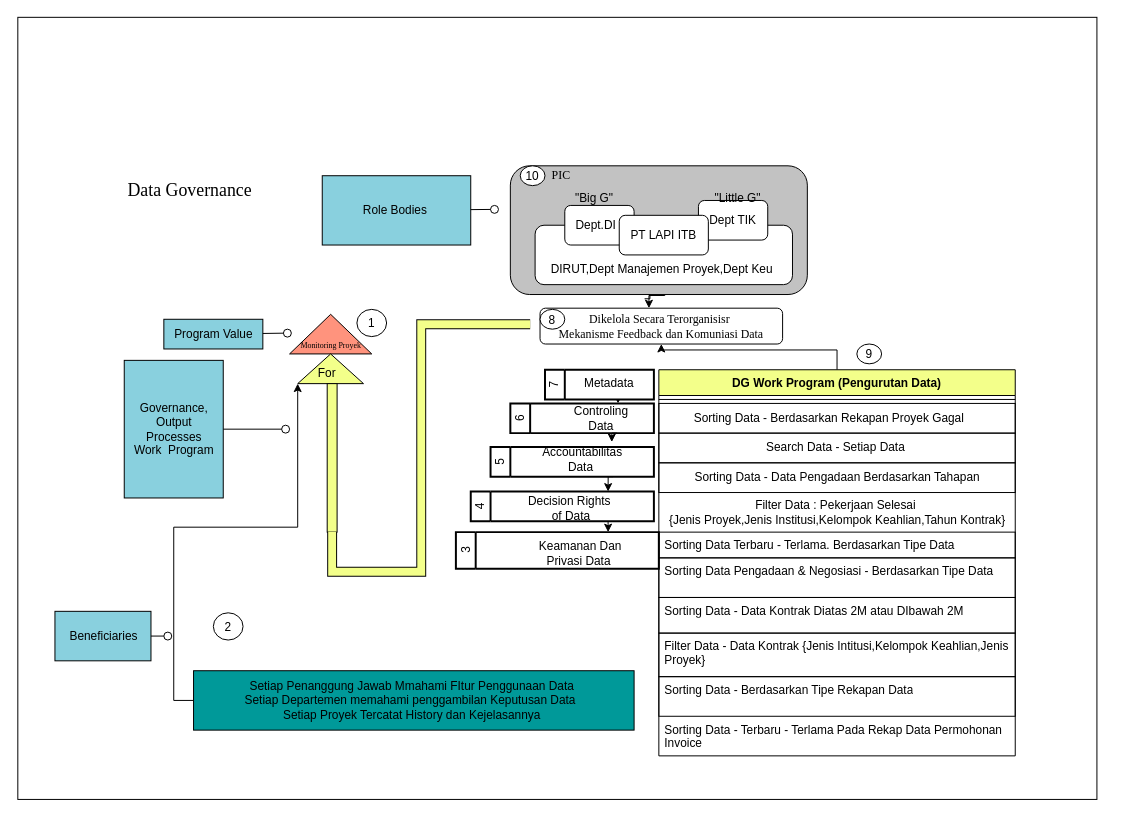
Before: Untitled Diagram.drawio in Tian7877/Hanoi_Tower, a draw.io diagram. Source tidied: cells renumbered, new cells numbered last; positions are measured from the earlier drawing's top-left corner, leaving out a move shared by most shapes. Both pictures are drawn from the tidied source at 99%, with x=0, y=0 at pixel (17, 17).
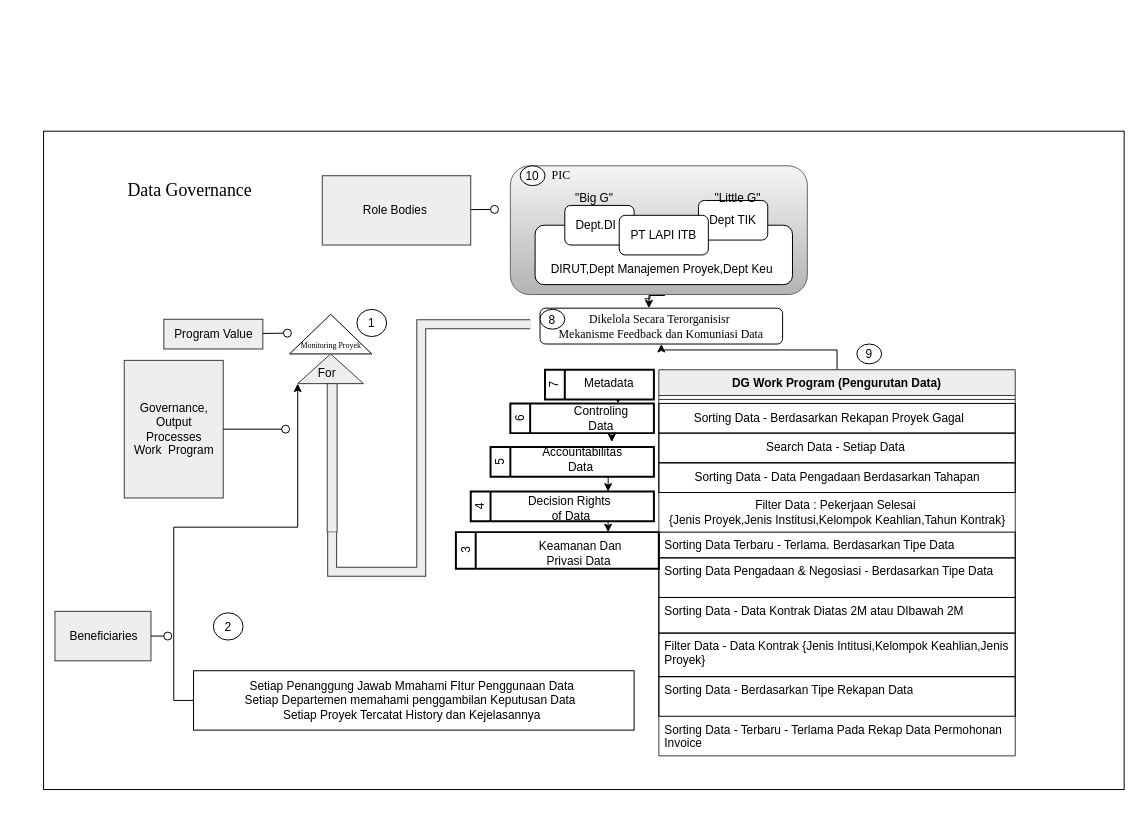
The same diagram, later.

Commit message:
Data_Governence

Diff of the diagram source:
```diff
@@
-    <mxCell id="3" style="verticalLabelPosition=bottom;verticalAlign=top;html=1;shape=mxgraph.basic.acute_triangle;dx=0.5;fillColor=#FF937D;" parent="1" vertex="1">
+    <mxCell id="3" style="verticalLabelPosition=bottom;verticalAlign=top;html=1;shape=mxgraph.basic.acute_triangle;dx=0.5;" parent="1" vertex="1">
       <mxGeometry x="275" y="300" width="83" height="40" as="geometry" />
     </mxCell>
@@
-    <mxCell id="5" style="verticalLabelPosition=bottom;verticalAlign=top;html=1;shape=mxgraph.basic.acute_triangle;dx=0.5;fillColor=#F3FF8A;" parent="1" vertex="1">
+    <mxCell id="5" style="verticalLabelPosition=bottom;verticalAlign=top;html=1;shape=mxgraph.basic.acute_triangle;dx=0.5;fillColor=#eeeeee;strokeColor=#36393d;" parent="1" vertex="1">
       <mxGeometry x="283.2" y="340" width="66.5" height="30" as="geometry" />
     </mxCell>
-    <mxCell id="6" style="html=1;points=[[0,0,0,0,5],[0,1,0,0,-5],[1,0,0,0,5],[1,1,0,0,-5]];perimeter=orthogonalPerimeter;outlineConnect=0;targetShapes=umlLifeline;portConstraint=eastwest;newEdgeStyle={&quot;curved&quot;:0,&quot;rounded&quot;:0};fillColor=#F3FF8A;" parent="1" vertex="1">
+    <mxCell id="6" style="html=1;points=[[0,0,0,0,5],[0,1,0,0,-5],[1,0,0,0,5],[1,1,0,0,-5]];perimeter=orthogonalPerimeter;outlineConnect=0;targetShapes=umlLifeline;portConstraint=eastwest;newEdgeStyle={&quot;curved&quot;:0,&quot;rounded&quot;:0};fillColor=#eeeeee;strokeColor=#36393d;" parent="1" vertex="1">
       <mxGeometry x="313" y="370" width="10" height="150" as="geometry" />
     </mxCell>
-    <mxCell id="7" style="shape=filledEdge;curved=0;rounded=0;fixDash=1;endArrow=none;strokeWidth=10;fillColor=#F3FF8A;edgeStyle=orthogonalEdgeStyle;html=1;" parent="1" edge="1" source="6">
+    <mxCell id="7" style="shape=filledEdge;curved=0;rounded=0;fixDash=1;endArrow=none;strokeWidth=10;fillColor=#eeeeee;edgeStyle=orthogonalEdgeStyle;html=1;strokeColor=#36393d;" parent="1" edge="1" source="6">
       <mxGeometry relative="1" as="geometry">
         <mxPoint x="518" y="310" as="targetPoint" />
         <Array as="points">
           <mxPoint x="318" y="560" />
           <mxPoint x="408" y="560" />
           <mxPoint x="408" y="310" />
         </Array>
       </mxGeometry>
     </mxCell>
@@
-    <mxCell id="10" style="rounded=1;whiteSpace=wrap;html=1;fillColor=#C2C2C2;" parent="1" vertex="1">
+    <mxCell id="10" style="rounded=1;whiteSpace=wrap;html=1;fillColor=#f5f5f5;gradientColor=#b3b3b3;strokeColor=#666666;" parent="1" vertex="1">
       <mxGeometry x="498" y="150" width="300" height="130" as="geometry" />
     </mxCell>
@@
-    <mxCell id="17" value="DG Work Program (Pengurutan Data)" style="swimlane;fontStyle=1;align=center;verticalAlign=top;horizontal=1;startSize=26;whiteSpace=wrap;html=1;fillColor=#F3FF8A;" parent="1" vertex="1">
+    <mxCell id="17" value="DG Work Program (Pengurutan Data)" style="swimlane;fontStyle=1;align=center;verticalAlign=top;horizontal=1;startSize=26;whiteSpace=wrap;html=1;fillColor=#eeeeee;strokeColor=#36393d;" parent="1" vertex="1">
       <mxGeometry x="648" y="356" width="360" height="390" as="geometry" />
     </mxCell>
@@
-    <mxCell id="42" value="Setiap Penanggung Jawab Mmahami FItur Penggunaan Data&amp;nbsp;&lt;br&gt;Setiap Departemen memahami penggambilan Keputusan Data&amp;nbsp;&amp;nbsp;&lt;br&gt;Setiap Proyek Tercatat History dan Kejelasannya&amp;nbsp;" style="rounded=0;whiteSpace=wrap;html=1;fillColor=#009999;" parent="1" vertex="1">
+    <mxCell id="42" value="Setiap Penanggung Jawab Mmahami FItur Penggunaan Data&amp;nbsp;&lt;br&gt;Setiap Departemen memahami penggambilan Keputusan Data&amp;nbsp;&amp;nbsp;&lt;br&gt;Setiap Proyek Tercatat History dan Kejelasannya&amp;nbsp;" style="rounded=0;whiteSpace=wrap;html=1;" parent="1" vertex="1">
       <mxGeometry x="178" y="660" width="445" height="60" as="geometry" />
     </mxCell>
@@
-    <mxCell id="45" value="Program Value" style="html=1;rounded=0;fillColor=#89D0DE;" parent="1" vertex="1">
+    <mxCell id="45" value="Program Value" style="html=1;rounded=0;fillColor=#eeeeee;strokeColor=#36393d;" parent="1" vertex="1">
       <mxGeometry x="148" y="305" width="100" height="30" as="geometry" />
     </mxCell>
@@
-    <mxCell id="48" value="Governance,&lt;br&gt;Output&lt;br&gt;Processes&lt;br&gt;Work&amp;nbsp; Program" style="html=1;rounded=0;fillColor=#89D0DE;" parent="1" vertex="1">
+    <mxCell id="48" value="Governance,&lt;br&gt;Output&lt;br&gt;Processes&lt;br&gt;Work&amp;nbsp; Program" style="html=1;rounded=0;fillColor=#eeeeee;strokeColor=#36393d;" parent="1" vertex="1">
       <mxGeometry x="108" y="346.5" width="100" height="139" as="geometry" />
     </mxCell>
@@
-    <mxCell id="51" value="Beneficiaries" style="html=1;rounded=0;fillColor=#89D0DE;" parent="1" vertex="1">
+    <mxCell id="51" value="Beneficiaries" style="html=1;rounded=0;fillColor=#eeeeee;strokeColor=#36393d;" parent="1" vertex="1">
       <mxGeometry x="38" y="600" width="97" height="50" as="geometry" />
     </mxCell>
@@
-    <mxCell id="54" value="Role Bodies&amp;nbsp;" style="html=1;rounded=0;fillColor=#89D0DE;" parent="1" vertex="1">
+    <mxCell id="54" value="Role Bodies&amp;nbsp;" style="html=1;rounded=0;fillColor=#eeeeee;strokeColor=#36393d;" parent="1" vertex="1">
       <mxGeometry x="308" y="160" width="150" height="70" as="geometry" />
     </mxCell>
@@
-    <mxCell id="66" style="rounded=0;whiteSpace=wrap;html=1;fillColor=none;" parent="1" vertex="1">
-      <mxGeometry x="0.5" width="1090" height="790" as="geometry" />
-    </mxCell>
+    <mxCell id="67" style="rounded=0;whiteSpace=wrap;html=1;fillColor=none;" parent="1" vertex="1">
+      <mxGeometry x="26.5" y="115" width="1091.5" height="665" as="geometry" />
+    </mxCell>
```
